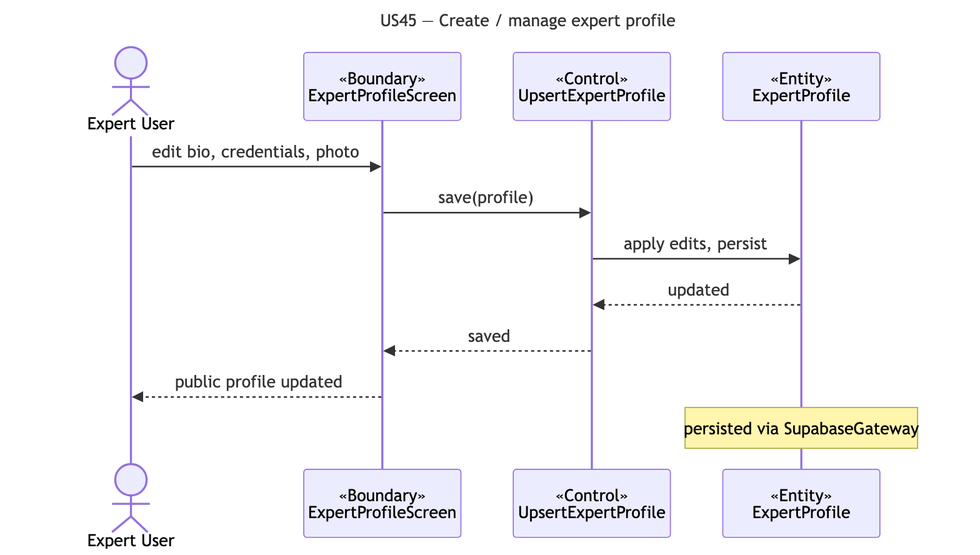
Above: docs/deliverables/sequence-diagrams/US45-expert-profile.png in cyuanjun/FYP-26-S2-37-app (Mermaid), before the change. Its source is kept beside it as docs/deliverables/sequence-diagrams/src/US45-expert-profile.mmd.
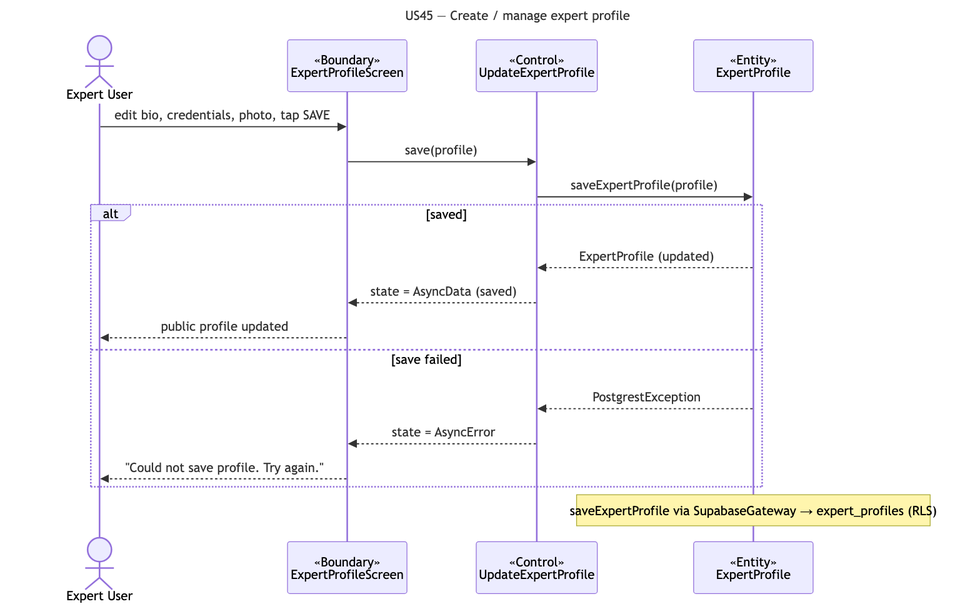
The same diagram one commit later.

What changed in the source:
```diff
@@ -4,12 +4,18 @@
 sequenceDiagram
   actor A as Expert User
   participant B as «Boundary»<br/>ExpertProfileScreen
-  participant C as «Control»<br/>UpsertExpertProfile
+  participant C as «Control»<br/>UpdateExpertProfile
   participant E as «Entity»<br/>ExpertProfile
-  A->>B: edit bio, credentials, photo
+  A->>B: edit bio, credentials, photo, tap SAVE
   B->>C: save(profile)
-  C->>E: apply edits, persist
-  E-->>C: updated
-  C-->>B: saved
-  B-->>A: public profile updated
-  note over E: persisted via SupabaseGateway
+  C->>E: saveExpertProfile(profile)
+  alt saved
+    E-->>C: ExpertProfile (updated)
+    C-->>B: state = AsyncData (saved)
+    B-->>A: public profile updated
+  else save failed
+    E-->>C: PostgrestException
+    C-->>B: state = AsyncError
+    B-->>A: "Could not save profile. Try again."
+  end
+  note over E: saveExpertProfile via SupabaseGateway → expert_profiles (RLS)
```
